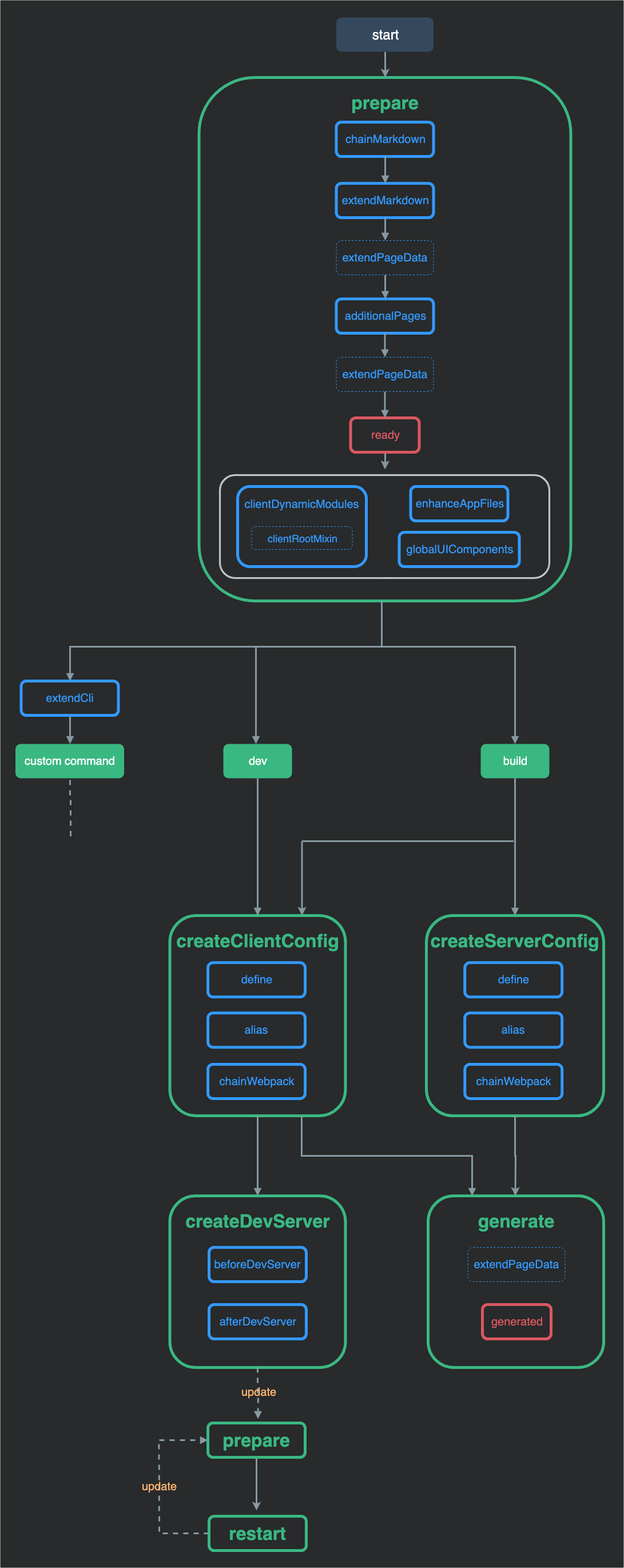
Earlier version of the draw.io export blog/assets/vuepress/lifecycle.png (billyyyyy3320/Billy). Source tidied: cells renumbered, new cells last; positions are measured from the earlier drawing's top-left corner, leaving out a move shared by most shapes.
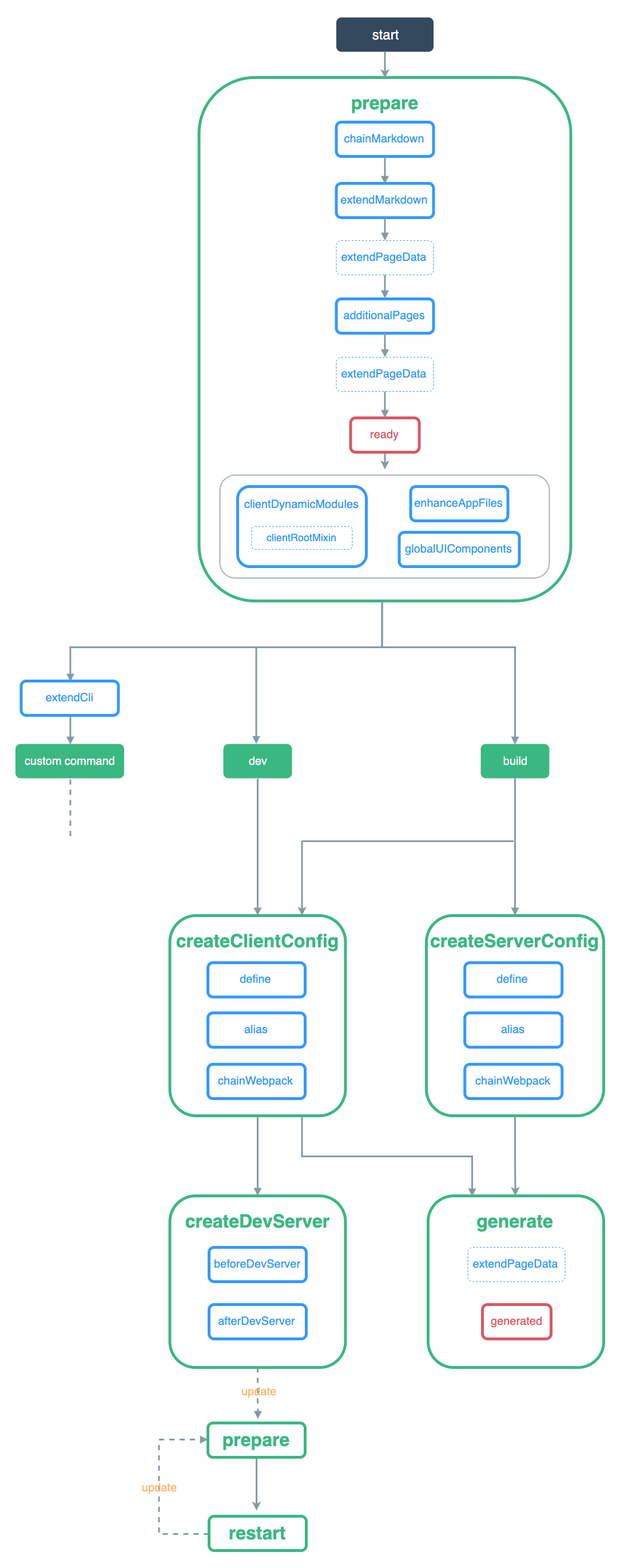
Above is the later version.

Change to the diagram source:
```diff
@@ -2,7 +2,7 @@
   <root>
     <mxCell id="0" />
     <mxCell id="1" parent="0" />
-    <mxCell id="2" style="group;spacingRight=30;spacingLeft=30;fillColor=#282A2B;" parent="1" vertex="1">
+    <mxCell id="2" style="group;spacingRight=30;spacingLeft=30;fillColor=none;strokeColor=none;" parent="1" vertex="1">
       <mxGeometry width="1090" height="2740" as="geometry" />
     </mxCell>
     <mxCell id="3" value="&lt;h1&gt;&lt;font style=&quot;font-size: 32px&quot; color=&quot;#3ab882&quot;&gt;prepare&lt;/font&gt;&lt;/h1&gt;" style="rounded=1;whiteSpace=wrap;html=1;fillColor=none;strokeColor=#3AB882;strokeWidth=5;align=center;verticalAlign=top;" parent="1" vertex="1">
```
